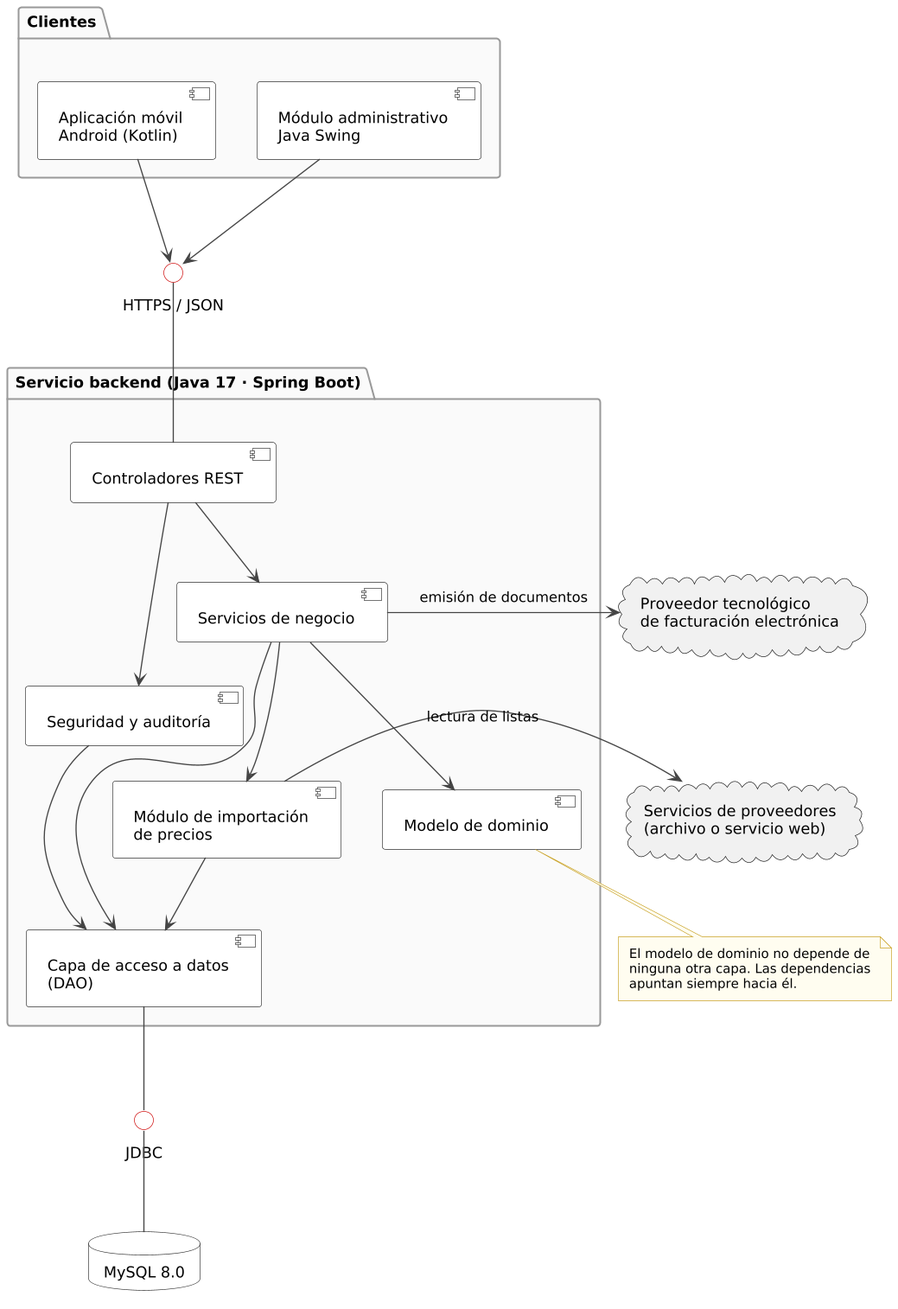
Above: docs/diagramas/png/06_componentes.png in JesusmanR/SGIP (PlantUML), before the change.
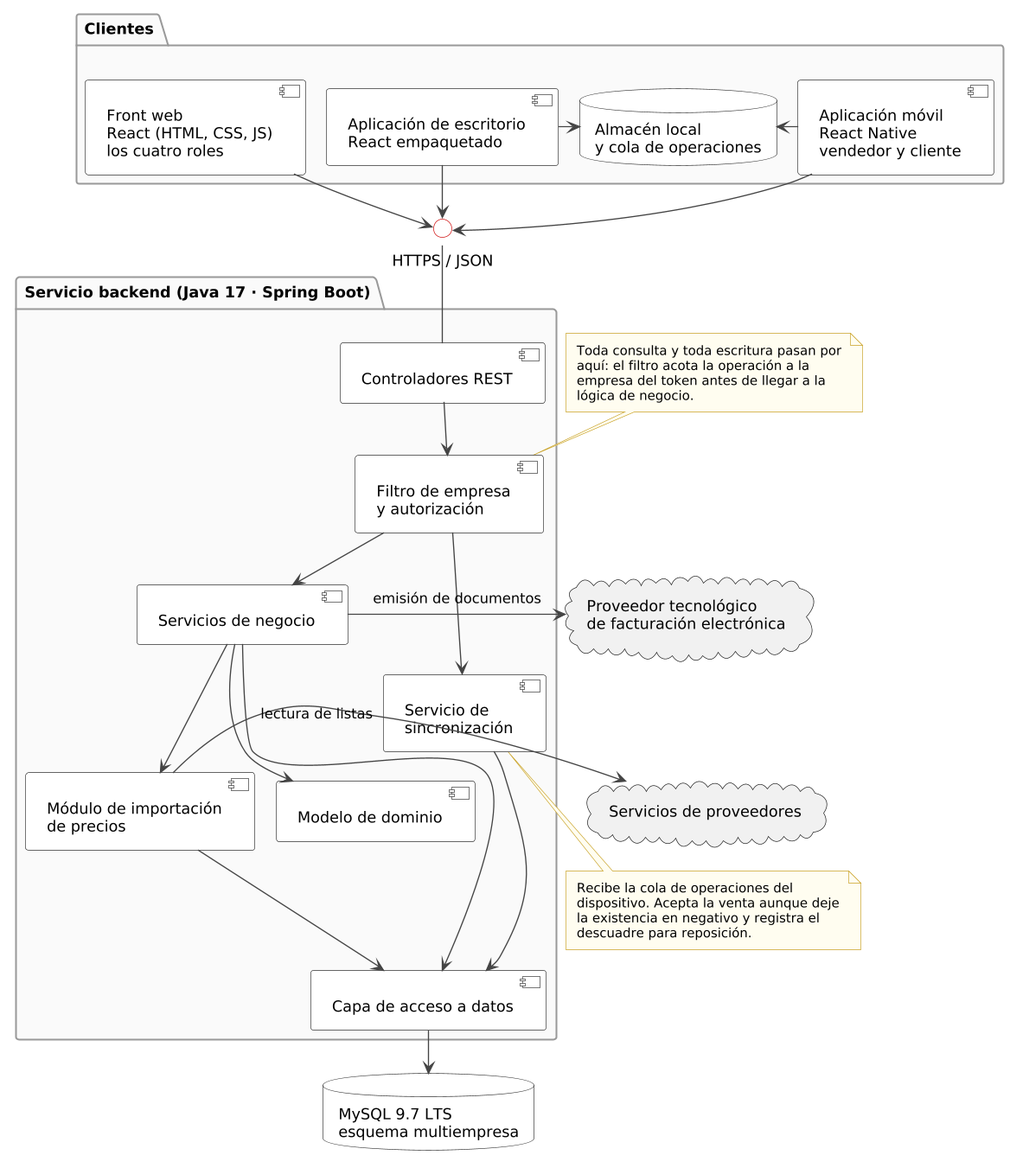
The same file after the commit.

Diff of the diagram source:
```diff
@@ -1,47 +1,61 @@
 @startuml
+!pragma layout smetana
 !include comun.iuml
 
 package "Clientes" {
-  component "Aplicación móvil\nAndroid (Kotlin)" as APP
-  component "Módulo administrativo\nJava Swing" as ESC
+  component "Front web\nReact (HTML, CSS, JS)\nlos cuatro roles" as WEB
+  component "Aplicación de escritorio\nReact empaquetado" as ESC
+  component "Aplicación móvil\nReact Native\nvendedor y cliente" as APP
+  database "Almacén local\ny cola de operaciones" as LOCAL
 }
 
 package "Servicio backend (Java 17 · Spring Boot)" {
   component "Controladores REST" as API
+  component "Filtro de empresa\ny autorización" as TEN
   component "Servicios de negocio" as LOG
   component "Módulo de importación\nde precios" as IMP
+  component "Servicio de\nsincronización" as SYNC
   component "Modelo de dominio" as MOD
-  component "Capa de acceso a datos\n(DAO)" as DAT
-  component "Seguridad y auditoría" as SEC
+  component "Capa de acceso a datos" as DAT
 }
 
-database "MySQL 8.0" as BD
-cloud "Servicios de proveedores\n(archivo o servicio web)" as PROV
+database "MySQL 9.7 LTS\nesquema multiempresa" as BD
+cloud "Servicios de proveedores" as PROV
 cloud "Proveedor tecnológico\nde facturación electrónica" as PTF
 
 interface "HTTPS / JSON" as IREST
-interface "JDBC" as IJDBC
 
+WEB -down-> IREST
+ESC -down-> IREST
 APP -down-> IREST
-ESC -down-> IREST
+ESC -right-> LOCAL
+APP -left-> LOCAL
 IREST -down- API
 
-API --> LOG
-API --> SEC
+API --> TEN
+TEN --> LOG
+TEN --> SYNC
 LOG --> MOD
 LOG --> IMP
 LOG --> DAT
 IMP --> DAT
-SEC --> DAT
-DAT -down- IJDBC
-IJDBC -down- BD
+SYNC --> DAT
+DAT -down-> BD
 
 IMP -right-> PROV : lectura de listas
 LOG -right-> PTF : emisión de documentos
 
-note bottom of MOD
-  El modelo de dominio no depende de
-  ninguna otra capa. Las dependencias
-  apuntan siempre hacia él.
+note top of TEN
+  Toda consulta y toda escritura pasan por
+  aquí: el filtro acota la operación a la
+  empresa del token antes de llegar a la
+  lógica de negocio.
+end note
+
+note bottom of SYNC
+  Recibe la cola de operaciones del
+  dispositivo. Acepta la venta aunque deje
+  la existencia en negativo y registra el
+  descuadre para reposición.
 end note
 @enduml
```
